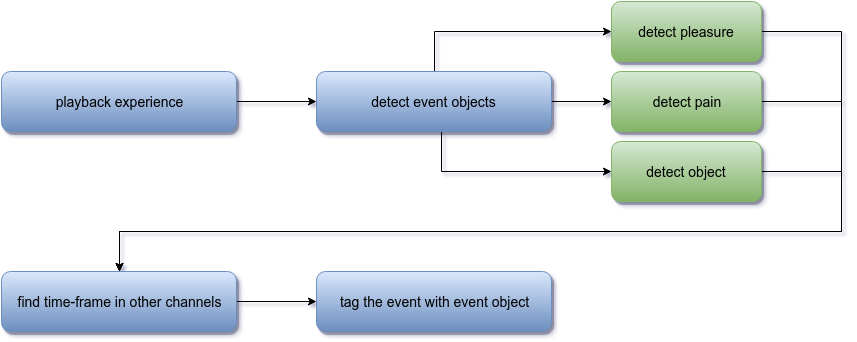
Before: doc/HLD_Activity_SemanticTagger.png, a diagram exported from draw.io (research-team/robot-dream). Source tidied: cells renumbered, new cells last; positions are measured from the earlier drawing's top-left corner, leaving out a move shared by most shapes. Its diagram source:
```xml
<mxGraphModel background="#ffffff">
  <root>
    <mxCell id="0" />
    <mxCell id="1" parent="0" />
    <mxCell id="2" style="edgeStyle=orthogonalEdgeStyle;rounded=0;html=1;endArrow=classic;endFill=1;jettySize=auto;" parent="1" edge="1" source="3" target="7">
      <mxGeometry relative="1" as="geometry" />
    </mxCell>
    <mxCell id="3" value="playback experience" style="rounded=1;whiteSpace=wrap;html=1;shadow=1;comic=0;fillColor=#dae8fc;strokeColor=#6c8ebf;gradientColor=#6C8EBF;fontSize=14;" parent="1" vertex="1">
      <mxGeometry y="70" width="235" height="60" as="geometry" />
    </mxCell>
    <mxCell id="4" style="edgeStyle=orthogonalEdgeStyle;rounded=0;html=1;endArrow=classic;endFill=1;jettySize=auto;fontSize=14;" parent="1" edge="1" source="7" target="9">
      <mxGeometry relative="1" as="geometry">
        <Array as="points">
          <mxPoint x="433" y="30" />
        </Array>
      </mxGeometry>
    </mxCell>
    <mxCell id="5" style="edgeStyle=orthogonalEdgeStyle;rounded=0;html=1;endArrow=classic;endFill=1;jettySize=auto;fontSize=14;exitX=1;exitY=0.5;" parent="1" edge="1" source="7" target="14">
      <mxGeometry relative="1" as="geometry" />
    </mxCell>
    <mxCell id="6" style="edgeStyle=orthogonalEdgeStyle;rounded=0;html=1;entryX=0;entryY=0.5;endArrow=classic;endFill=1;jettySize=auto;fontSize=14;" parent="1" edge="1" source="7" target="16">
      <mxGeometry relative="1" as="geometry">
        <Array as="points">
          <mxPoint x="440" y="170" />
        </Array>
      </mxGeometry>
    </mxCell>
    <mxCell id="7" value="&lt;span&gt;detect event objects&lt;/span&gt;" style="rounded=1;whiteSpace=wrap;html=1;shadow=1;comic=0;fillColor=#dae8fc;strokeColor=#6c8ebf;gradientColor=#6C8EBF;glass=0;fontSize=14;" parent="1" vertex="1">
      <mxGeometry x="315" y="70" width="235" height="60" as="geometry" />
    </mxCell>
    <mxCell id="8" style="edgeStyle=orthogonalEdgeStyle;rounded=0;html=1;endArrow=classic;endFill=1;jettySize=auto;fontSize=14;" parent="1" edge="1" source="9" target="11">
      <mxGeometry relative="1" as="geometry">
        <Array as="points">
          <mxPoint x="840" y="30" />
          <mxPoint x="840" y="230" />
          <mxPoint x="118" y="230" />
        </Array>
      </mxGeometry>
    </mxCell>
    <mxCell id="9" value="&lt;span&gt;detect pleasure&lt;/span&gt;" style="rounded=1;whiteSpace=wrap;html=1;shadow=1;comic=0;fillColor=#d5e8d4;strokeColor=#82b366;glass=0;fontSize=14;gradientColor=#82B366;" parent="1" vertex="1">
      <mxGeometry x="610" width="150" height="60" as="geometry" />
    </mxCell>
    <mxCell id="10" style="edgeStyle=orthogonalEdgeStyle;rounded=0;html=1;entryX=0;entryY=0.5;endArrow=classic;endFill=1;jettySize=auto;fontSize=14;" parent="1" edge="1" source="11" target="12">
      <mxGeometry relative="1" as="geometry" />
    </mxCell>
    <mxCell id="11" value="find time-frame in other channels" style="rounded=1;whiteSpace=wrap;html=1;shadow=1;comic=0;fillColor=#dae8fc;strokeColor=#6c8ebf;gradientColor=#6C8EBF;glass=0;fontSize=14;" parent="1" vertex="1">
      <mxGeometry y="270" width="235" height="60" as="geometry" />
    </mxCell>
    <mxCell id="12" value="tag the event with event object" style="rounded=1;whiteSpace=wrap;html=1;shadow=1;comic=0;fillColor=#dae8fc;strokeColor=#6c8ebf;gradientColor=#6C8EBF;glass=0;fontSize=14;" parent="1" vertex="1">
      <mxGeometry x="315" y="270" width="235" height="60" as="geometry" />
    </mxCell>
    <mxCell id="13" style="edgeStyle=orthogonalEdgeStyle;rounded=0;html=1;endArrow=classic;endFill=1;jettySize=auto;fontSize=14;" parent="1" edge="1" source="14" target="11">
      <mxGeometry relative="1" as="geometry">
        <Array as="points">
          <mxPoint x="840" y="100" />
          <mxPoint x="840" y="230" />
          <mxPoint x="118" y="230" />
        </Array>
      </mxGeometry>
    </mxCell>
    <mxCell id="14" value="&lt;span&gt;detect pain&lt;/span&gt;" style="rounded=1;whiteSpace=wrap;html=1;shadow=1;comic=0;fillColor=#d5e8d4;strokeColor=#82b366;glass=0;fontSize=14;gradientColor=#82B366;" parent="1" vertex="1">
      <mxGeometry x="610" y="70" width="150" height="60" as="geometry" />
    </mxCell>
    <mxCell id="15" style="edgeStyle=orthogonalEdgeStyle;rounded=0;html=1;endArrow=classic;endFill=1;jettySize=auto;fontSize=14;" parent="1" edge="1" source="16" target="11">
      <mxGeometry relative="1" as="geometry">
        <Array as="points">
          <mxPoint x="840" y="170" />
          <mxPoint x="840" y="230" />
          <mxPoint x="118" y="230" />
        </Array>
      </mxGeometry>
    </mxCell>
    <mxCell id="16" value="&lt;span&gt;detect object&lt;/span&gt;" style="rounded=1;whiteSpace=wrap;html=1;shadow=1;comic=0;fillColor=#d5e8d4;strokeColor=#82b366;glass=0;fontSize=14;gradientColor=#82B366;" parent="1" vertex="1">
      <mxGeometry x="610" y="140" width="150" height="60" as="geometry" />
    </mxCell>
  </root>
</mxGraphModel>
```
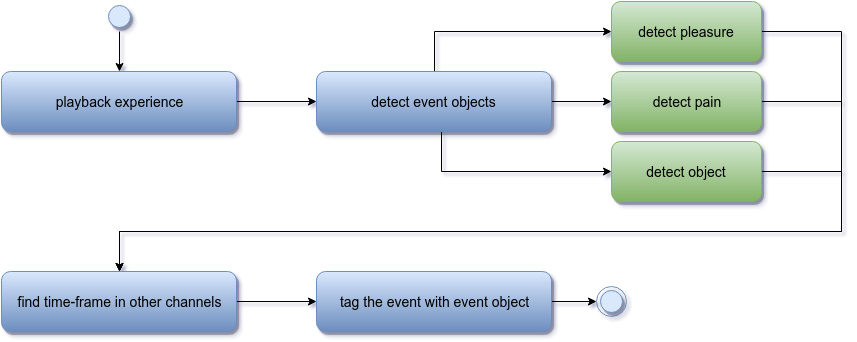
Above is the later version.

What changed in the source:
```diff
@@ -46,6 +46,9 @@
     <mxCell id="11" value="find time-frame in other channels" style="rounded=1;whiteSpace=wrap;html=1;shadow=1;comic=0;fillColor=#dae8fc;strokeColor=#6c8ebf;gradientColor=#6C8EBF;glass=0;fontSize=14;" parent="1" vertex="1">
       <mxGeometry y="270" width="235" height="60" as="geometry" />
     </mxCell>
+    <mxCell id="17" style="edgeStyle=orthogonalEdgeStyle;rounded=0;html=1;exitX=1;exitY=0.5;entryX=0;entryY=0.5;endArrow=classic;endFill=1;jettySize=auto;fontSize=14;" parent="1" edge="1" source="12" target="18">
+      <mxGeometry relative="1" as="geometry" />
+    </mxCell>
     <mxCell id="12" value="tag the event with event object" style="rounded=1;whiteSpace=wrap;html=1;shadow=1;comic=0;fillColor=#dae8fc;strokeColor=#6c8ebf;gradientColor=#6C8EBF;glass=0;fontSize=14;" parent="1" vertex="1">
       <mxGeometry x="315" y="270" width="235" height="60" as="geometry" />
     </mxCell>
@@ -73,5 +76,14 @@
     <mxCell id="16" value="&lt;span&gt;detect object&lt;/span&gt;" style="rounded=1;whiteSpace=wrap;html=1;shadow=1;comic=0;fillColor=#d5e8d4;strokeColor=#82b366;glass=0;fontSize=14;gradientColor=#82B366;" parent="1" vertex="1">
       <mxGeometry x="610" y="140" width="150" height="60" as="geometry" />
     </mxCell>
+    <mxCell id="18" style="ellipse;html=1;shape=endState;fillColor=#dae8fc;strokeColor=#6c8ebf;shadow=1;glass=0;comic=0;fontSize=14;align=right;" parent="1" vertex="1">
+      <mxGeometry x="595" y="285" width="30" height="30" as="geometry" />
+    </mxCell>
+    <mxCell id="19" style="edgeStyle=orthogonalEdgeStyle;rounded=0;html=1;exitX=0.5;exitY=1;entryX=0.5;entryY=0;endArrow=classic;endFill=1;jettySize=auto;fontSize=14;" parent="1" edge="1" source="20" target="3">
+      <mxGeometry relative="1" as="geometry" />
+    </mxCell>
+    <mxCell id="20" style="ellipse;html=1;shape=startState;fillColor=#dae8fc;strokeColor=#6c8ebf;shadow=1;glass=0;comic=0;fontSize=14;align=right;" parent="1" vertex="1">
+      <mxGeometry x="103" width="30" height="30" as="geometry" />
+    </mxCell>
   </root>
 </mxGraphModel>
```
